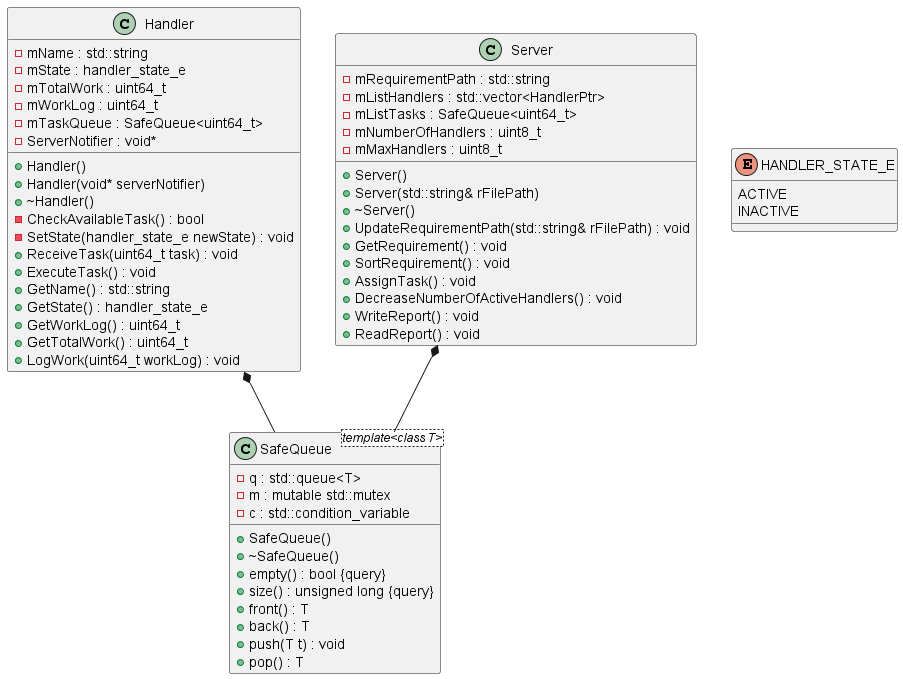
Above: design/out/classdiagram.png in Bill66613/nevonex-hackthon (PlantUML), before the change.
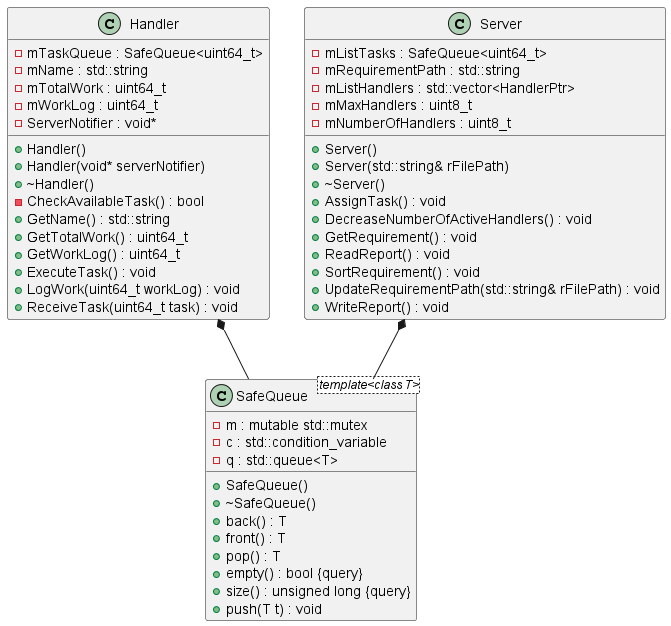
The same file after the commit.

What changed in the source:
```diff
@@ -6,64 +6,55 @@
 
 
 class Handler {
-	-mName : std::string
-	-mState : handler_state_e
-	-mTotalWork : uint64_t
-	-mWorkLog : uint64_t
-	-mTaskQueue : SafeQueue<uint64_t>
-	-ServerNotifier : void*
 	+Handler()
 	+Handler(void* serverNotifier)
 	+~Handler()
+	-mTaskQueue : SafeQueue<uint64_t>
 	-CheckAvailableTask() : bool
-	-SetState(handler_state_e newState) : void
+	+GetName() : std::string
+	-mName : std::string
+	+GetTotalWork() : uint64_t
+	+GetWorkLog() : uint64_t
+	-mTotalWork : uint64_t
+	-mWorkLog : uint64_t
+	+ExecuteTask() : void
+	+LogWork(uint64_t workLog) : void
 	+ReceiveTask(uint64_t task) : void
-	+ExecuteTask() : void
-	+GetName() : std::string
-	+GetState() : handler_state_e
-	+GetWorkLog() : uint64_t
-	+GetTotalWork() : uint64_t
-	+LogWork(uint64_t workLog) : void
+	-ServerNotifier : void*
 }
 
 
 class SafeQueue <template<class T>> {
-	-q : std::queue<T>
+	+SafeQueue()
+	+~SafeQueue()
+	+back() : T
+	+front() : T
+	+pop() : T
+	+empty() : bool {query}
 	-m : mutable std::mutex
 	-c : std::condition_variable
-	+SafeQueue()
-	+~SafeQueue()
-	+empty() : bool {query}
+	-q : std::queue<T>
 	+size() : unsigned long {query}
-	+front() : T
-	+back() : T
 	+push(T t) : void
-	+pop() : T
 }
 
 
 class Server {
-	-mRequirementPath : std::string
-	-mListHandlers : std::vector<HandlerPtr>
-	-mListTasks : SafeQueue<uint64_t>
-	-mNumberOfHandlers : uint8_t
-	-mMaxHandlers : uint8_t
 	+Server()
 	+Server(std::string& rFilePath)
 	+~Server()
-	+UpdateRequirementPath(std::string& rFilePath) : void
-	+GetRequirement() : void
-	+SortRequirement() : void
+	-mListTasks : SafeQueue<uint64_t>
+	-mRequirementPath : std::string
+	-mListHandlers : std::vector<HandlerPtr>
+	-mMaxHandlers : uint8_t
+	-mNumberOfHandlers : uint8_t
 	+AssignTask() : void
 	+DecreaseNumberOfActiveHandlers() : void
+	+GetRequirement() : void
+	+ReadReport() : void
+	+SortRequirement() : void
+	+UpdateRequirementPath(std::string& rFilePath) : void
 	+WriteReport() : void
-	+ReadReport() : void
-}
-
-
-enum HANDLER_STATE_E {
-	ACTIVE
-	INACTIVE
 }
 
 
```
